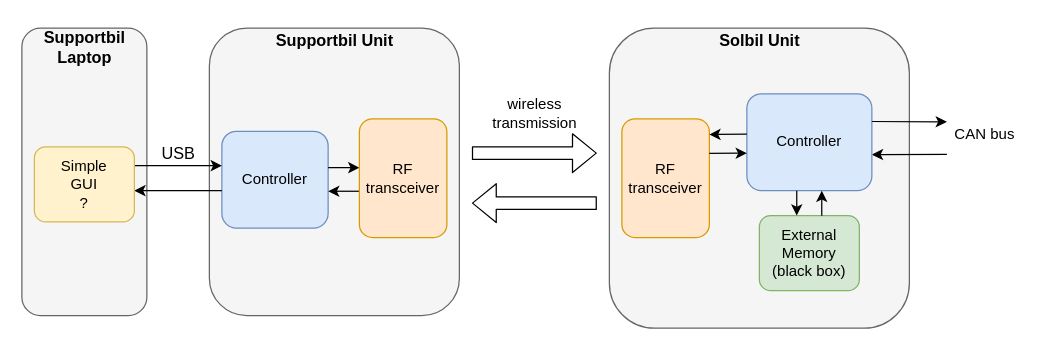
tjarker/Telemetry keeps this draw.io diagram as documentation/SystemSchematic.drawio. Above is the earlier version. Source tidied: cells renumbered, new cells numbered last; positions are measured from the earlier drawing's top-left corner, leaving out a move shared by most shapes. Both pictures are drawn from the tidied source at 125%, with x=0, y=0 at pixel (21, 21).
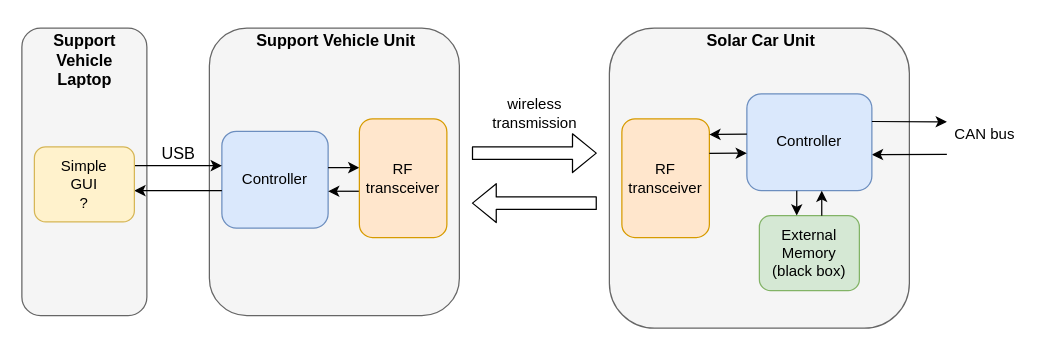
Above is the later version.

Commit message (it also covers changes not shown here):
new meeting note + changed drawing

Diff of the diagram source:
```diff
@@
-    <mxCell id="7" value="Solbil Unit" style="text;html=1;align=center;verticalAlign=middle;fontStyle=1;fontSize=13;" parent="1" vertex="1">
-      <mxGeometry x="550" y="5" width="80" height="20" as="geometry" />
+    <mxCell id="7" value="Solar Car Unit" style="text;html=1;align=center;verticalAlign=middle;fontStyle=1;fontSize=13;" parent="1" vertex="1">
+      <mxGeometry x="542" y="5" width="97" height="20" as="geometry" />
     </mxCell>
-    <mxCell id="8" value="Supportbil Unit" style="text;html=1;align=center;verticalAlign=middle;fontStyle=1;fontSize=13;" parent="1" vertex="1">
-      <mxGeometry x="195" y="5" width="110" height="20" as="geometry" />
+    <mxCell id="8" value="Support Vehicle&amp;nbsp;Unit" style="text;html=1;align=center;verticalAlign=middle;fontStyle=1;fontSize=13;" parent="1" vertex="1">
+      <mxGeometry x="182" y="5" width="137" height="20" as="geometry" />
     </mxCell>
@@
-    <mxCell id="19" value="Supportbil&lt;br style=&quot;font-size: 13px;&quot;&gt;Laptop" style="text;html=1;align=center;verticalAlign=middle;fontStyle=1;fontSize=13;" parent="1" vertex="1">
-      <mxGeometry x="10" width="80" height="40" as="geometry" />
+    <mxCell id="19" value="Support&lt;br&gt;Vehicle&lt;br style=&quot;font-size: 13px&quot;&gt;Laptop" style="text;html=1;align=center;verticalAlign=middle;fontStyle=1;fontSize=13;" parent="1" vertex="1">
+      <mxGeometry x="20" y="5" width="60" height="52" as="geometry" />
     </mxCell>
```
